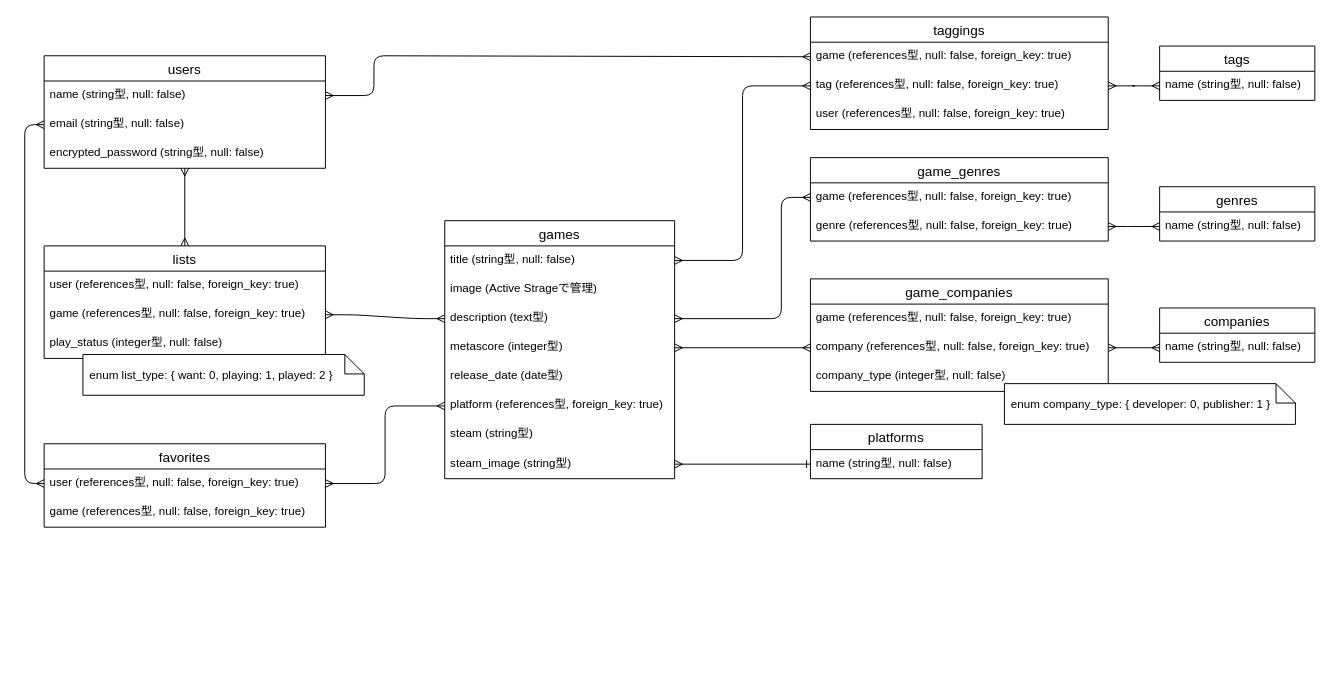
This is erd.dio from nobmurakami/my-game-db, a draw.io file, before an edit. Source tidied: cells renumbered, new cells numbered last; positions are measured from the earlier drawing's top-left corner, leaving out a move shared by most shapes. Both pictures are drawn from the tidied source at 97%, with x=0, y=0 at pixel (44, 16).
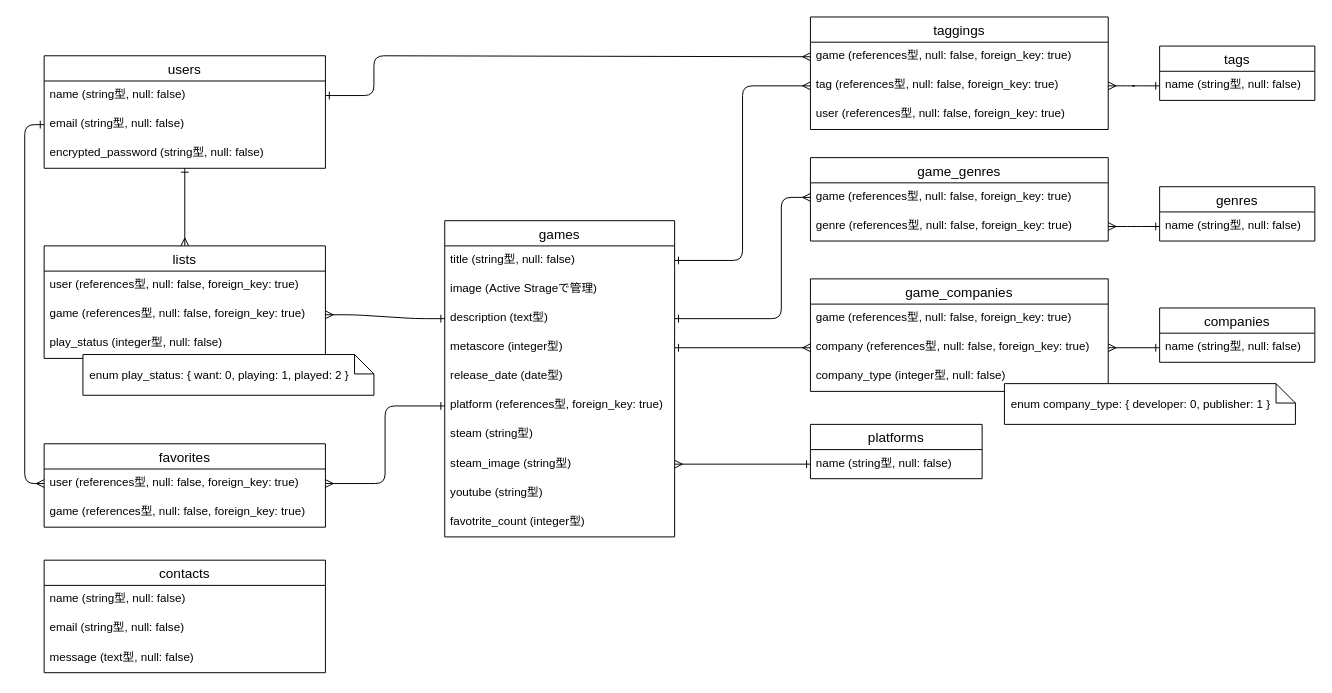
The same diagram, later.

The change refers to these unchanged cells:
```xml
<mxCell id="3" value="users" style="swimlane;fontStyle=0;horizontal=1;startSize=26;align=center;fontSize=14;" parent="1" vertex="1">
  <mxGeometry y="40" width="290" height="116" as="geometry" />
</mxCell>
<mxCell id="4" value="name (string型, null: false)" style="text;strokeColor=none;fillColor=none;spacingLeft=4;spacingRight=4;overflow=hidden;points=[[0,0.5],[1,0.5]];portConstraint=eastwest;fontSize=12;" parent="3" vertex="1">
  <mxGeometry y="26" width="290" height="30" as="geometry" />
</mxCell>
<mxCell id="5" value="email (string型, null: false)" style="text;strokeColor=none;fillColor=none;spacingLeft=4;spacingRight=4;overflow=hidden;points=[[0,0.5],[1,0.5]];portConstraint=eastwest;fontSize=12;" parent="3" vertex="1">
  <mxGeometry y="56" width="290" height="30" as="geometry" />
</mxCell>
<mxCell id="7" value="lists" style="swimlane;fontStyle=0;horizontal=1;startSize=26;align=center;fontSize=14;" parent="1" vertex="1">
  <mxGeometry y="236" width="290" height="116" as="geometry" />
</mxCell>
<mxCell id="9" value="game (references型, null: false, foreign_key: true)" style="text;strokeColor=none;fillColor=none;spacingLeft=4;spacingRight=4;overflow=hidden;points=[[0,0.5],[1,0.5]];portConstraint=eastwest;fontSize=12;" parent="7" vertex="1">
  <mxGeometry y="56" width="290" height="30" as="geometry" />
</mxCell>
<mxCell id="12" value="title (string型, null: false)" style="text;strokeColor=none;fillColor=none;spacingLeft=4;spacingRight=4;overflow=hidden;points=[[0,0.5],[1,0.5]];portConstraint=eastwest;fontSize=12;" parent="11" vertex="1">
  <mxGeometry y="26" width="237" height="30" as="geometry" />
</mxCell>
<mxCell id="14" value="description (text型)" style="text;strokeColor=none;fillColor=none;spacingLeft=4;spacingRight=4;overflow=hidden;points=[[0,0.5],[1,0.5]];portConstraint=eastwest;fontSize=12;" parent="11" vertex="1">
  <mxGeometry y="86" width="237" height="30" as="geometry" />
</mxCell>
<mxCell id="15" value="metascore (integer型)" style="text;strokeColor=none;fillColor=none;spacingLeft=4;spacingRight=4;overflow=hidden;points=[[0,0.5],[1,0.5]];portConstraint=eastwest;fontSize=12;" parent="11" vertex="1">
  <mxGeometry y="116" width="237" height="30" as="geometry" />
</mxCell>
<mxCell id="17" value="platform (references型, foreign_key: true)" style="text;strokeColor=none;fillColor=none;spacingLeft=4;spacingRight=4;overflow=hidden;points=[[0,0.5],[1,0.5]];portConstraint=eastwest;fontSize=12;" parent="11" vertex="1">
  <mxGeometry y="176" width="237" height="30" as="geometry" />
</mxCell>
<mxCell id="21" value="name (string型, null: false)" style="text;strokeColor=none;fillColor=none;spacingLeft=4;spacingRight=4;overflow=hidden;points=[[0,0.5],[1,0.5]];portConstraint=eastwest;fontSize=12;" parent="20" vertex="1">
  <mxGeometry y="26" width="160" height="30" as="geometry" />
</mxCell>
<mxCell id="23" value="name (string型, null: false)" style="text;strokeColor=none;fillColor=none;spacingLeft=4;spacingRight=4;overflow=hidden;points=[[0,0.5],[1,0.5]];portConstraint=eastwest;fontSize=12;" parent="22" vertex="1">
  <mxGeometry y="26" width="160" height="30" as="geometry" />
</mxCell>
<mxCell id="25" value="name (string型, null: false)" style="text;strokeColor=none;fillColor=none;spacingLeft=4;spacingRight=4;overflow=hidden;points=[[0,0.5],[1,0.5]];portConstraint=eastwest;fontSize=12;" parent="24" vertex="1">
  <mxGeometry y="26" width="160" height="30" as="geometry" />
</mxCell>
<mxCell id="27" value="game (references型, null: false, foreign_key: true)" style="text;strokeColor=none;fillColor=none;spacingLeft=4;spacingRight=4;overflow=hidden;points=[[0,0.5],[1,0.5]];portConstraint=eastwest;fontSize=12;" parent="26" vertex="1">
  <mxGeometry y="26" width="307" height="30" as="geometry" />
</mxCell>
<mxCell id="28" value="genre (references型, null: false, foreign_key: true)" style="text;strokeColor=none;fillColor=none;spacingLeft=4;spacingRight=4;overflow=hidden;points=[[0,0.5],[1,0.5]];portConstraint=eastwest;fontSize=12;" parent="26" vertex="1">
  <mxGeometry y="56" width="307" height="30" as="geometry" />
</mxCell>
<mxCell id="31" value="company (references型, null: false, foreign_key: true)" style="text;strokeColor=none;fillColor=none;spacingLeft=4;spacingRight=4;overflow=hidden;points=[[0,0.5],[1,0.5]];portConstraint=eastwest;fontSize=12;" parent="29" vertex="1">
  <mxGeometry y="56" width="307" height="30" as="geometry" />
</mxCell>
<mxCell id="34" value="game (references型, null: false, foreign_key: true)" style="text;strokeColor=none;fillColor=none;spacingLeft=4;spacingRight=4;overflow=hidden;points=[[0,0.5],[1,0.5]];portConstraint=eastwest;fontSize=12;" parent="33" vertex="1">
  <mxGeometry y="26" width="307" height="30" as="geometry" />
</mxCell>
<mxCell id="35" value="tag (references型, null: false, foreign_key: true)" style="text;strokeColor=none;fillColor=none;spacingLeft=4;spacingRight=4;overflow=hidden;points=[[0,0.5],[1,0.5]];portConstraint=eastwest;fontSize=12;" parent="33" vertex="1">
  <mxGeometry y="56" width="307" height="30" as="geometry" />
</mxCell>
<mxCell id="51" value="user (references型, null: false, foreign_key: true)" style="text;strokeColor=none;fillColor=none;spacingLeft=4;spacingRight=4;overflow=hidden;points=[[0,0.5],[1,0.5]];portConstraint=eastwest;fontSize=12;" parent="50" vertex="1">
  <mxGeometry y="26" width="290" height="30" as="geometry" />
</mxCell>
```

Change to the diagram source:
```diff
@@
-    <mxCell id="2" style="edgeStyle=orthogonalEdgeStyle;rounded=0;jettySize=auto;html=1;startArrow=ERmany;startFill=0;endArrow=ERmany;endFill=0;" parent="1" edge="1" source="3" target="7">
+    <mxCell id="2" style="edgeStyle=orthogonalEdgeStyle;rounded=0;jettySize=auto;html=1;startArrow=ERone;startFill=0;endArrow=ERmany;endFill=0;" parent="1" edge="1" source="3" target="7">
       <mxGeometry relative="1" as="geometry" />
     </mxCell>
@@
     <mxCell id="11" value="games" style="swimlane;fontStyle=0;horizontal=1;startSize=26;align=center;fontSize=14;" parent="1" vertex="1">
-      <mxGeometry x="413" y="210" width="237" height="266" as="geometry" />
+      <mxGeometry x="413" y="210" width="237" height="326" as="geometry" />
     </mxCell>
@@
+    <mxCell id="55" value="youtube (string型)" style="text;strokeColor=none;fillColor=none;spacingLeft=4;spacingRight=4;overflow=hidden;fontSize=12;" parent="11" vertex="1">
+      <mxGeometry y="266" width="237" height="30" as="geometry" />
+    </mxCell>
+    <mxCell id="56" value="favotrite_count (integer型)" style="text;strokeColor=none;fillColor=none;spacingLeft=4;spacingRight=4;overflow=hidden;fontSize=12;" parent="11" vertex="1">
+      <mxGeometry y="296" width="237" height="30" as="geometry" />
+    </mxCell>
@@
-    <mxCell id="37" style="edgeStyle=orthogonalEdgeStyle;fontSize=12;html=1;endArrow=ERmany;startArrow=ERmany;exitX=1;exitY=0.5;exitDx=0;exitDy=0;entryX=0;entryY=0.5;entryDx=0;entryDy=0;" parent="1" edge="1" source="14" target="27">
+    <mxCell id="37" style="edgeStyle=orthogonalEdgeStyle;fontSize=12;html=1;endArrow=ERmany;startArrow=ERone;exitX=1;exitY=0.5;exitDx=0;exitDy=0;entryX=0;entryY=0.5;entryDx=0;entryDy=0;startFill=0;" parent="1" edge="1" source="14" target="27">
       <mxGeometry relative="1" as="geometry">
         <Array as="points">
           <mxPoint x="760" y="311" />
           <mxPoint x="760" y="186" />
         </Array>
       </mxGeometry>
     </mxCell>
-    <mxCell id="38" style="edgeStyle=entityRelationEdgeStyle;fontSize=12;html=1;endArrow=ERmany;startArrow=ERmany;exitX=1;exitY=0.5;exitDx=0;exitDy=0;entryX=0;entryY=0.5;entryDx=0;entryDy=0;" parent="1" edge="1" source="28" target="21">
+    <mxCell id="38" style="edgeStyle=entityRelationEdgeStyle;fontSize=12;html=1;endArrow=ERone;startArrow=ERmany;exitX=1;exitY=0.5;exitDx=0;exitDy=0;entryX=0;entryY=0.5;entryDx=0;entryDy=0;endFill=0;" parent="1" edge="1" source="28" target="21">
       <mxGeometry relative="1" as="geometry" />
     </mxCell>
-    <mxCell id="39" style="edgeStyle=orthogonalEdgeStyle;fontSize=12;html=1;endArrow=ERmany;startArrow=ERmany;entryX=0;entryY=0.5;entryDx=0;entryDy=0;exitX=1;exitY=0.5;exitDx=0;exitDy=0;" parent="1" edge="1" source="15" target="31">
+    <mxCell id="39" style="edgeStyle=orthogonalEdgeStyle;fontSize=12;html=1;endArrow=ERmany;startArrow=ERone;entryX=0;entryY=0.5;entryDx=0;entryDy=0;exitX=1;exitY=0.5;exitDx=0;exitDy=0;startFill=0;" parent="1" edge="1" source="15" target="31">
       <mxGeometry relative="1" as="geometry" />
     </mxCell>
-    <mxCell id="40" style="fontSize=12;html=1;endArrow=ERmany;startArrow=ERmany;entryX=0;entryY=0.5;entryDx=0;entryDy=0;exitX=1;exitY=0.5;exitDx=0;exitDy=0;" parent="1" edge="1" source="31" target="23">
+    <mxCell id="40" style="fontSize=12;html=1;endArrow=ERone;startArrow=ERmany;entryX=0;entryY=0.5;entryDx=0;entryDy=0;exitX=1;exitY=0.5;exitDx=0;exitDy=0;endFill=0;" parent="1" edge="1" source="31" target="23">
       <mxGeometry relative="1" as="geometry" />
     </mxCell>
-    <mxCell id="41" style="edgeStyle=orthogonalEdgeStyle;fontSize=12;html=1;endArrow=ERmany;startArrow=ERmany;entryX=0;entryY=0.5;entryDx=0;entryDy=0;exitX=1;exitY=0.5;exitDx=0;exitDy=0;" parent="1" edge="1" source="12" target="35">
+    <mxCell id="41" style="edgeStyle=orthogonalEdgeStyle;fontSize=12;html=1;endArrow=ERmany;startArrow=ERone;entryX=0;entryY=0.5;entryDx=0;entryDy=0;exitX=1;exitY=0.5;exitDx=0;exitDy=0;startFill=0;" parent="1" edge="1" source="12" target="35">
       <mxGeometry relative="1" as="geometry" />
     </mxCell>
-    <mxCell id="42" style="edgeStyle=entityRelationEdgeStyle;fontSize=12;html=1;endArrow=ERmany;startArrow=ERmany;entryX=0;entryY=0.5;entryDx=0;entryDy=0;exitX=1;exitY=0.5;exitDx=0;exitDy=0;" parent="1" edge="1" source="35" target="25">
+    <mxCell id="42" style="edgeStyle=entityRelationEdgeStyle;fontSize=12;html=1;endArrow=ERone;startArrow=ERmany;entryX=0;entryY=0.5;entryDx=0;entryDy=0;exitX=1;exitY=0.5;exitDx=0;exitDy=0;endFill=0;" parent="1" edge="1" source="35" target="25">
       <mxGeometry relative="1" as="geometry" />
     </mxCell>
@@
-    <mxCell id="46" style="edgeStyle=entityRelationEdgeStyle;fontSize=12;html=1;endArrow=ERmany;entryX=0;entryY=0.5;entryDx=0;entryDy=0;exitX=1;exitY=0.5;exitDx=0;exitDy=0;startArrow=ERmany;startFill=0;endFill=0;" parent="1" edge="1" source="9" target="14">
+    <mxCell id="46" style="edgeStyle=entityRelationEdgeStyle;fontSize=12;html=1;endArrow=ERone;entryX=0;entryY=0.5;entryDx=0;entryDy=0;exitX=1;exitY=0.5;exitDx=0;exitDy=0;startArrow=ERmany;startFill=0;endFill=0;" parent="1" edge="1" source="9" target="14">
       <mxGeometry relative="1" as="geometry" />
     </mxCell>
-    <mxCell id="47" style="edgeStyle=orthogonalEdgeStyle;rounded=1;jettySize=auto;html=1;exitX=1;exitY=0.5;exitDx=0;exitDy=0;entryX=0;entryY=0.5;entryDx=0;entryDy=0;endArrow=ERmany;endFill=0;startArrow=ERmany;startFill=0;" parent="1" edge="1" source="4" target="34">
+    <mxCell id="47" style="edgeStyle=orthogonalEdgeStyle;rounded=1;jettySize=auto;html=1;exitX=1;exitY=0.5;exitDx=0;exitDy=0;entryX=0;entryY=0.5;entryDx=0;entryDy=0;endArrow=ERmany;endFill=0;startArrow=ERone;startFill=0;" parent="1" edge="1" source="4" target="34">
       <mxGeometry relative="1" as="geometry">
         <Array as="points">
           <mxPoint x="340" y="81" />
           <mxPoint x="340" y="40" />
         </Array>
       </mxGeometry>
     </mxCell>
@@
-    <mxCell id="49" value="&lt;div style=&quot;line-height: 18px&quot;&gt;enum list_type: { want: 0, playing: 1, played: 2 }&lt;/div&gt;" style="shape=note;size=20;whiteSpace=wrap;html=1;labelBackgroundColor=none;fontSize=12;fontColor=#000000;align=left;spacingLeft=5;" parent="1" vertex="1">
-      <mxGeometry x="40" y="348" width="290" height="42" as="geometry" />
+    <mxCell id="49" value="&lt;div style=&quot;line-height: 18px&quot;&gt;enum play_status: { want: 0, playing: 1, played: 2 }&lt;/div&gt;" style="shape=note;size=20;whiteSpace=wrap;html=1;labelBackgroundColor=none;fontSize=12;fontColor=#000000;align=left;spacingLeft=5;" parent="1" vertex="1">
+      <mxGeometry x="40" y="348" width="300" height="42" as="geometry" />
     </mxCell>
@@
-    <mxCell id="53" style="edgeStyle=orthogonalEdgeStyle;rounded=1;jettySize=auto;html=1;startArrow=ERmany;startFill=0;endArrow=ERmany;endFill=0;exitX=0;exitY=0.5;exitDx=0;exitDy=0;entryX=0;entryY=0.5;entryDx=0;entryDy=0;" parent="1" edge="1" source="5" target="51">
+    <mxCell id="53" style="edgeStyle=orthogonalEdgeStyle;rounded=1;jettySize=auto;html=1;startArrow=ERone;startFill=0;endArrow=ERmany;endFill=0;exitX=0;exitY=0.5;exitDx=0;exitDy=0;entryX=0;entryY=0.5;entryDx=0;entryDy=0;" parent="1" edge="1" source="5" target="51">
       <mxGeometry relative="1" as="geometry" />
     </mxCell>
-    <mxCell id="54" style="edgeStyle=orthogonalEdgeStyle;rounded=1;jettySize=auto;html=1;startArrow=ERmany;startFill=0;endArrow=ERmany;endFill=0;exitX=0;exitY=0.5;exitDx=0;exitDy=0;entryX=1;entryY=0.5;entryDx=0;entryDy=0;" parent="1" edge="1" source="17" target="51">
+    <mxCell id="54" style="edgeStyle=orthogonalEdgeStyle;rounded=1;jettySize=auto;html=1;startArrow=ERone;startFill=0;endArrow=ERmany;endFill=0;exitX=0;exitY=0.5;exitDx=0;exitDy=0;entryX=1;entryY=0.5;entryDx=0;entryDy=0;" parent="1" edge="1" source="17" target="51">
       <mxGeometry relative="1" as="geometry" />
     </mxCell>
+    <mxCell id="57" value="contacts" style="swimlane;fontStyle=0;horizontal=1;startSize=26;align=center;fontSize=14;" parent="1" vertex="1">
+      <mxGeometry y="560" width="290" height="116" as="geometry" />
+    </mxCell>
+    <mxCell id="58" value="name (string型, null: false)" style="text;strokeColor=none;fillColor=none;spacingLeft=4;spacingRight=4;overflow=hidden;fontSize=12;" parent="57" vertex="1">
+      <mxGeometry y="26" width="290" height="30" as="geometry" />
+    </mxCell>
+    <mxCell id="59" value="email (string型, null: false)" style="text;strokeColor=none;fillColor=none;spacingLeft=4;spacingRight=4;overflow=hidden;fontSize=12;" parent="57" vertex="1">
+      <mxGeometry y="56" width="290" height="30" as="geometry" />
+    </mxCell>
+    <mxCell id="60" value="message (text型, null: false)" style="text;strokeColor=none;fillColor=none;spacingLeft=4;spacingRight=4;overflow=hidden;fontSize=12;" parent="57" vertex="1">
+      <mxGeometry y="86" width="290" height="30" as="geometry" />
+    </mxCell>
```
